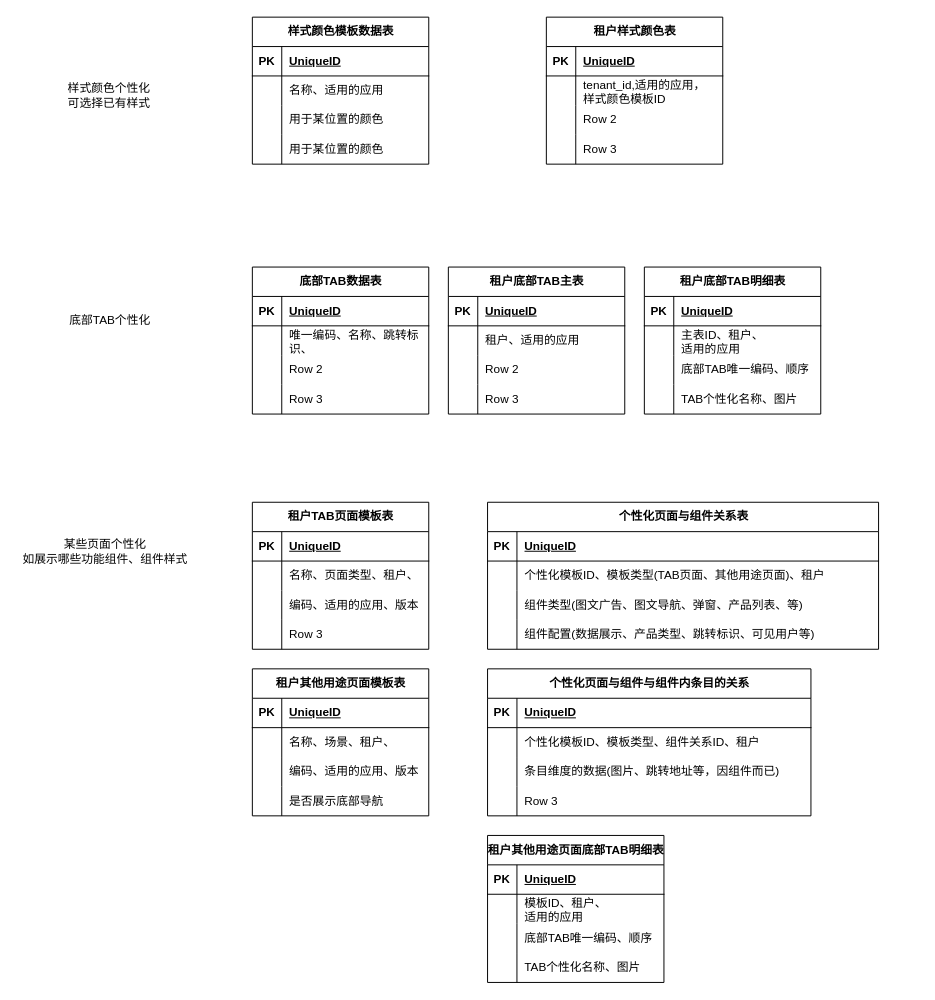
chlInGithub/diagrams keeps this draw.io diagram as page "页面个性化装修" (4 of 4) of saas数据模型.drawio. Above is the earlier version. Source tidied: cells renumbered, new cells numbered last; positions are measured from the earlier drawing's top-left corner, leaving out a move shared by most shapes. Both pictures are drawn from the tidied source at 98%, with x=0, y=0 at pixel (17, 17).
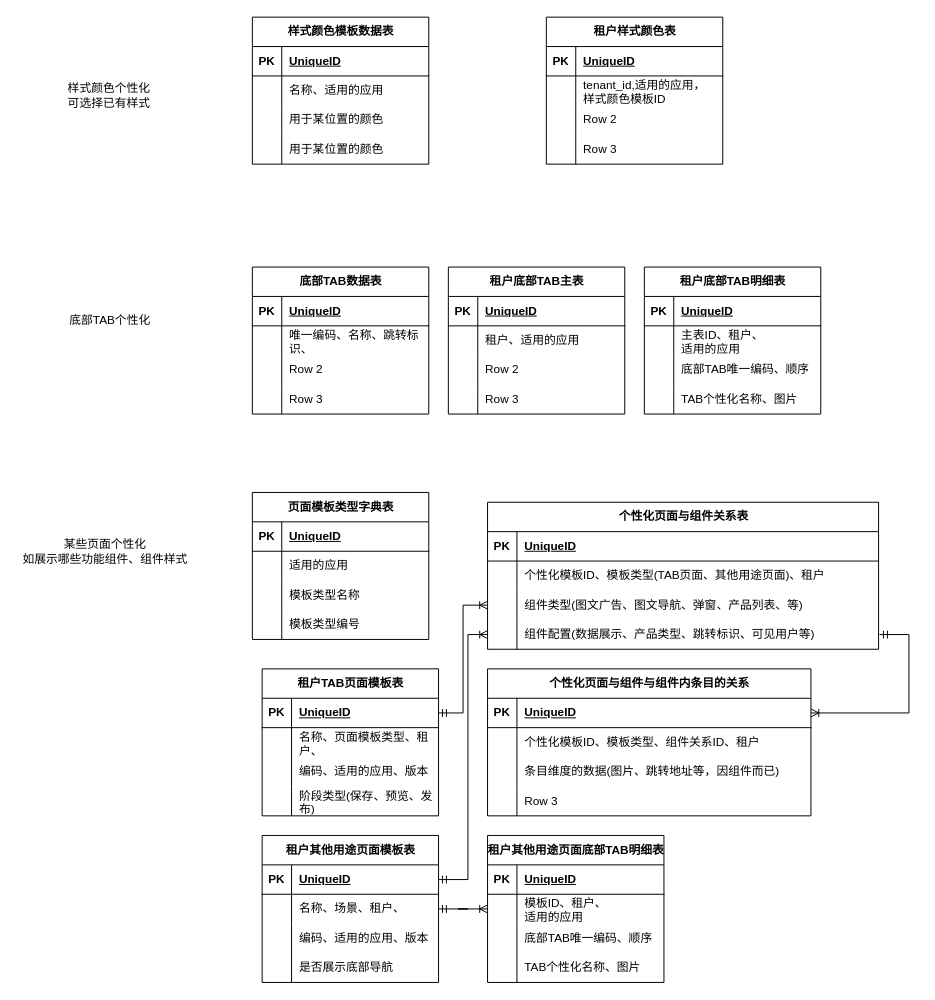
The same diagram, later.

Commit message:
更新saas数据模型.drawio

The change refers to these unchanged cells:
```xml
<mxCell id="70" style="shape=tableRow;horizontal=0;startSize=0;swimlaneHead=0;swimlaneBody=0;fillColor=none;points=[[0,0.5],[1,0.5]];portConstraint=eastwest;top=0;left=0;right=0;bottom=1;" parent="69" vertex="1">
  <mxGeometry y="30" width="180" height="30" as="geometry" />
</mxCell>
<mxCell id="73" style="shape=tableRow;horizontal=0;startSize=0;swimlaneHead=0;swimlaneBody=0;fillColor=none;top=0;left=0;right=0;bottom=0;" parent="69" vertex="1">
  <mxGeometry y="60" width="180" height="30" as="geometry" />
</mxCell>
<mxCell id="79" style="shape=tableRow;horizontal=0;startSize=0;swimlaneHead=0;swimlaneBody=0;fillColor=none;top=0;left=0;right=0;bottom=0;" parent="69" vertex="1">
  <mxGeometry y="120" width="180" height="30" as="geometry" />
</mxCell>
<mxCell id="90" style="shape=tableRow;horizontal=0;startSize=0;swimlaneHead=0;swimlaneBody=0;fillColor=none;points=[[0,0.5],[1,0.5]];portConstraint=eastwest;top=0;left=0;right=0;bottom=0;" parent="83" vertex="1">
  <mxGeometry y="90" width="399" height="30" as="geometry" />
</mxCell>
<mxCell id="93" style="shape=tableRow;horizontal=0;startSize=0;swimlaneHead=0;swimlaneBody=0;fillColor=none;points=[[0,0.5],[1,0.5]];portConstraint=eastwest;top=0;left=0;right=0;bottom=0;" parent="83" vertex="1">
  <mxGeometry y="120" width="399" height="30" as="geometry" />
</mxCell>
<mxCell id="97" style="shape=tableRow;horizontal=0;startSize=0;swimlaneHead=0;swimlaneBody=0;fillColor=none;points=[[0,0.5],[1,0.5]];portConstraint=eastwest;top=0;left=0;right=0;bottom=1;" parent="96" vertex="1">
  <mxGeometry y="30" width="330" height="30" as="geometry" />
</mxCell>
<mxCell id="110" style="shape=tableRow;horizontal=0;startSize=0;swimlaneHead=0;swimlaneBody=0;fillColor=none;points=[[0,0.5],[1,0.5]];portConstraint=eastwest;top=0;left=0;right=0;bottom=1;" parent="109" vertex="1">
  <mxGeometry y="30" width="180" height="30" as="geometry" />
</mxCell>
<mxCell id="113" style="shape=tableRow;horizontal=0;startSize=0;swimlaneHead=0;swimlaneBody=0;fillColor=none;points=[[0,0.5],[1,0.5]];portConstraint=eastwest;top=0;left=0;right=0;bottom=0;" parent="109" vertex="1">
  <mxGeometry y="60" width="180" height="30" as="geometry" />
</mxCell>
<mxCell id="126" style="shape=tableRow;horizontal=0;startSize=0;swimlaneHead=0;swimlaneBody=0;fillColor=none;points=[[0,0.5],[1,0.5]];portConstraint=eastwest;top=0;left=0;right=0;bottom=0;" parent="122" vertex="1">
  <mxGeometry y="60" width="180" height="30" as="geometry" />
</mxCell>
```

What changed in the source:
```diff
@@
     <mxCell id="69" value="租户TAB页面模板表" style="shape=table;startSize=30;childLayout=tableLayout;rowLines=0;fontStyle=1;align=center;html=1;" parent="1" vertex="1">
-      <mxGeometry x="240" y="495" width="180" height="150" as="geometry" />
+      <mxGeometry x="250" y="665" width="180" height="150" as="geometry" />
     </mxCell>
@@
-    <mxCell id="75" value="名称、页面类型、租户、" style="shape=partialRectangle;fillColor=none;top=0;left=0;bottom=0;right=0;align=left;spacingLeft=6;overflow=hidden;whiteSpace=wrap;html=1;" parent="73" vertex="1">
+    <mxCell id="75" value="名称、页面模板类型、租户、" style="shape=partialRectangle;fillColor=none;top=0;left=0;bottom=0;right=0;align=left;spacingLeft=6;overflow=hidden;whiteSpace=wrap;html=1;" parent="73" vertex="1">
       <mxGeometry x="30" width="150" height="30" as="geometry" />
     </mxCell>
@@
-    <mxCell id="81" value="Row 3" style="shape=partialRectangle;fillColor=none;top=0;left=0;bottom=0;right=0;align=left;spacingLeft=6;overflow=hidden;whiteSpace=wrap;html=1;" parent="79" vertex="1">
+    <mxCell id="81" value="阶段类型(保存、预览、发布)" style="shape=partialRectangle;fillColor=none;top=0;left=0;bottom=0;right=0;align=left;spacingLeft=6;overflow=hidden;whiteSpace=wrap;html=1;" parent="79" vertex="1">
       <mxGeometry x="30" width="150" height="30" as="geometry" />
     </mxCell>
@@
     <mxCell id="109" value="租户其他用途页面模板表" style="shape=table;startSize=30;childLayout=tableLayout;rowLines=0;fontStyle=1;align=center;html=1;" parent="1" vertex="1">
-      <mxGeometry x="240" y="665" width="180" height="150" as="geometry" />
+      <mxGeometry x="250" y="835" width="180" height="150" as="geometry" />
     </mxCell>
@@
+    <mxCell id="135" value="页面模板类型字典表" style="shape=table;startSize=30;childLayout=tableLayout;rowLines=0;fontStyle=1;align=center;html=1;" parent="1" vertex="1">
+      <mxGeometry x="240" y="485" width="180" height="150" as="geometry" />
+    </mxCell>
+    <mxCell id="136" style="shape=tableRow;horizontal=0;startSize=0;swimlaneHead=0;swimlaneBody=0;fillColor=none;top=0;left=0;right=0;bottom=1;" parent="135" vertex="1">
+      <mxGeometry y="30" width="180" height="30" as="geometry" />
+    </mxCell>
+    <mxCell id="137" value="PK" style="shape=partialRectangle;fillColor=none;top=0;left=0;bottom=0;right=0;fontStyle=1;overflow=hidden;whiteSpace=wrap;html=1;" parent="136" vertex="1">
+      <mxGeometry width="30" height="30" as="geometry" />
+    </mxCell>
+    <mxCell id="138" value="UniqueID" style="shape=partialRectangle;fillColor=none;top=0;left=0;bottom=0;right=0;align=left;spacingLeft=6;fontStyle=5;overflow=hidden;whiteSpace=wrap;html=1;" parent="136" vertex="1">
+      <mxGeometry x="30" width="150" height="30" as="geometry" />
+    </mxCell>
+    <mxCell id="139" style="shape=tableRow;horizontal=0;startSize=0;swimlaneHead=0;swimlaneBody=0;fillColor=none;top=0;left=0;right=0;bottom=0;" parent="135" vertex="1">
+      <mxGeometry y="60" width="180" height="30" as="geometry" />
+    </mxCell>
+    <mxCell id="140" style="shape=partialRectangle;fillColor=none;top=0;left=0;bottom=0;right=0;overflow=hidden;whiteSpace=wrap;html=1;" parent="139" vertex="1">
+      <mxGeometry width="30" height="30" as="geometry" />
+    </mxCell>
+    <mxCell id="141" value="适用的应用" style="shape=partialRectangle;fillColor=none;top=0;left=0;bottom=0;right=0;align=left;spacingLeft=6;overflow=hidden;whiteSpace=wrap;html=1;" parent="139" vertex="1">
+      <mxGeometry x="30" width="150" height="30" as="geometry" />
+    </mxCell>
+    <mxCell id="142" style="shape=tableRow;horizontal=0;startSize=0;swimlaneHead=0;swimlaneBody=0;fillColor=none;top=0;left=0;right=0;bottom=0;" parent="135" vertex="1">
+      <mxGeometry y="90" width="180" height="30" as="geometry" />
+    </mxCell>
+    <mxCell id="143" style="shape=partialRectangle;fillColor=none;top=0;left=0;bottom=0;right=0;overflow=hidden;whiteSpace=wrap;html=1;" parent="142" vertex="1">
+      <mxGeometry width="30" height="30" as="geometry" />
+    </mxCell>
+    <mxCell id="144" value="模板类型名称" style="shape=partialRectangle;fillColor=none;top=0;left=0;bottom=0;right=0;align=left;spacingLeft=6;overflow=hidden;whiteSpace=wrap;html=1;" parent="142" vertex="1">
+      <mxGeometry x="30" width="150" height="30" as="geometry" />
+    </mxCell>
+    <mxCell id="145" style="shape=tableRow;horizontal=0;startSize=0;swimlaneHead=0;swimlaneBody=0;fillColor=none;top=0;left=0;right=0;bottom=0;" parent="135" vertex="1">
+      <mxGeometry y="120" width="180" height="30" as="geometry" />
+    </mxCell>
+    <mxCell id="146" style="shape=partialRectangle;fillColor=none;top=0;left=0;bottom=0;right=0;overflow=hidden;whiteSpace=wrap;html=1;" parent="145" vertex="1">
+      <mxGeometry width="30" height="30" as="geometry" />
+    </mxCell>
+    <mxCell id="147" value="模板类型编号" style="shape=partialRectangle;fillColor=none;top=0;left=0;bottom=0;right=0;align=left;spacingLeft=6;overflow=hidden;whiteSpace=wrap;html=1;" parent="145" vertex="1">
+      <mxGeometry x="30" width="150" height="30" as="geometry" />
+    </mxCell>
+    <mxCell id="148" style="edgeStyle=orthogonalEdgeStyle;fontSize=12;html=1;endArrow=ERoneToMany;startArrow=ERmandOne;rounded=0;exitX=1;exitY=0.5;exitDx=0;exitDy=0;entryX=0;entryY=0.5;entryDx=0;entryDy=0;" parent="1" edge="1" source="70" target="90">
+      <mxGeometry relative="1" as="geometry" />
+    </mxCell>
+    <mxCell id="149" style="edgeStyle=entityRelationEdgeStyle;fontSize=12;html=1;endArrow=ERoneToMany;startArrow=ERmandOne;rounded=0;entryX=1;entryY=0.5;entryDx=0;entryDy=0;" parent="1" edge="1" target="97">
+      <mxGeometry relative="1" as="geometry">
+        <mxPoint x="880" y="630" as="sourcePoint" />
+      </mxGeometry>
+    </mxCell>
+    <mxCell id="150" style="edgeStyle=entityRelationEdgeStyle;fontSize=12;html=1;endArrow=ERoneToMany;startArrow=ERmandOne;rounded=0;entryX=0;entryY=0.5;entryDx=0;entryDy=0;exitX=1;exitY=0.5;exitDx=0;exitDy=0;" parent="1" edge="1" source="113" target="126">
+      <mxGeometry relative="1" as="geometry" />
+    </mxCell>
+    <mxCell id="151" style="edgeStyle=orthogonalEdgeStyle;fontSize=12;html=1;endArrow=ERoneToMany;startArrow=ERmandOne;rounded=0;entryX=0;entryY=0.5;entryDx=0;entryDy=0;exitX=1;exitY=0.5;exitDx=0;exitDy=0;" parent="1" edge="1" source="110" target="93">
+      <mxGeometry relative="1" as="geometry">
+        <Array as="points">
+          <mxPoint x="460" y="880" />
+          <mxPoint x="460" y="630" />
+        </Array>
+      </mxGeometry>
+    </mxCell>
```
